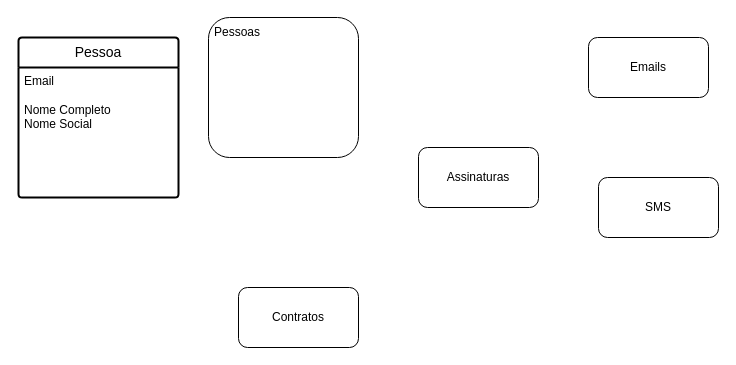
The draw.io diagram Diagrama sem nome.drawio in pgennari/draw.io, before the edit. Source tidied: cells renumbered, new cells numbered last; positions are measured from the earlier drawing's top-left corner, leaving out a move shared by most shapes. Both pictures are drawn from the tidied source at 100%, with x=0, y=0 at pixel (18, 17).
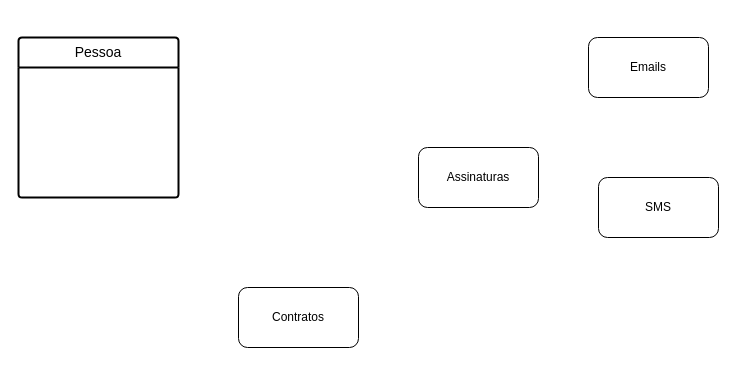
After the change.

Diff of the diagram source:
```diff
@@
 <mxGraphModel>
   <root>
     <mxCell id="0" />
     <mxCell id="1" parent="0" />
-    <mxCell id="2" value="Pessoas" style="rounded=1;whiteSpace=wrap;html=1;align=left;verticalAlign=top;spacingTop=1;spacingLeft=4;" parent="1" vertex="1">
-      <mxGeometry x="190" width="150" height="140" as="geometry" />
-    </mxCell>
     <mxCell id="3" value="Contratos" style="rounded=1;whiteSpace=wrap;html=1;" parent="1" vertex="1">
       <mxGeometry x="220" y="270" width="120" height="60" as="geometry" />
     </mxCell>
     <mxCell id="4" value="Emails" style="rounded=1;whiteSpace=wrap;html=1;" parent="1" vertex="1">
       <mxGeometry x="570" y="20" width="120" height="60" as="geometry" />
     </mxCell>
     <mxCell id="5" value="SMS" style="rounded=1;whiteSpace=wrap;html=1;" parent="1" vertex="1">
       <mxGeometry x="580" y="160" width="120" height="60" as="geometry" />
     </mxCell>
     <mxCell id="6" value="Assinaturas" style="rounded=1;whiteSpace=wrap;html=1;" parent="1" vertex="1">
       <mxGeometry x="400" y="130" width="120" height="60" as="geometry" />
     </mxCell>
     <mxCell id="7" value="Pessoa" style="swimlane;horizontal=1;startSize=30;rounded=1;fontSize=14;fontStyle=0;strokeWidth=2;shadow=0;dashed=0;align=center;arcSize=4;whiteSpace=wrap;html=1;" parent="1" vertex="1">
       <mxGeometry y="20" width="160" height="160" as="geometry" />
     </mxCell>
-    <mxCell id="8" value="Email&lt;br&gt;&lt;br&gt;&lt;div&gt;&lt;span style=&quot;background-color: initial;&quot;&gt;Nome Completo&lt;/span&gt;&lt;/div&gt;&lt;div&gt;Nome Social&lt;/div&gt;" style="align=left;strokeColor=none;fillColor=none;spacingLeft=4;fontSize=12;verticalAlign=top;html=1;" parent="7" vertex="1">
-      <mxGeometry y="30" width="160" height="130" as="geometry" />
-    </mxCell>
   </root>
 </mxGraphModel>
```
